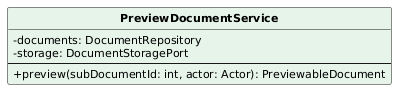
The PlantUML diagram PB/Specifica Tecnica/ImmaginiSpecificaTecnica/ClassiSingole/PreviewDocumentService.png in aLittleByte-19/Documentazione, before a commit.
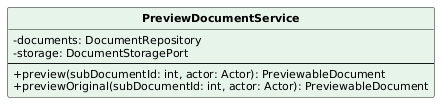
After the change.

What changed in the source:
```diff
@@ -10,5 +10,6 @@
   -storage: DocumentStoragePort
   --
   +preview(subDocumentId: int, actor: Actor): PreviewableDocument
+  +previewOriginal(subDocumentId: int, actor: Actor): PreviewableDocument
 }
 @enduml
```
